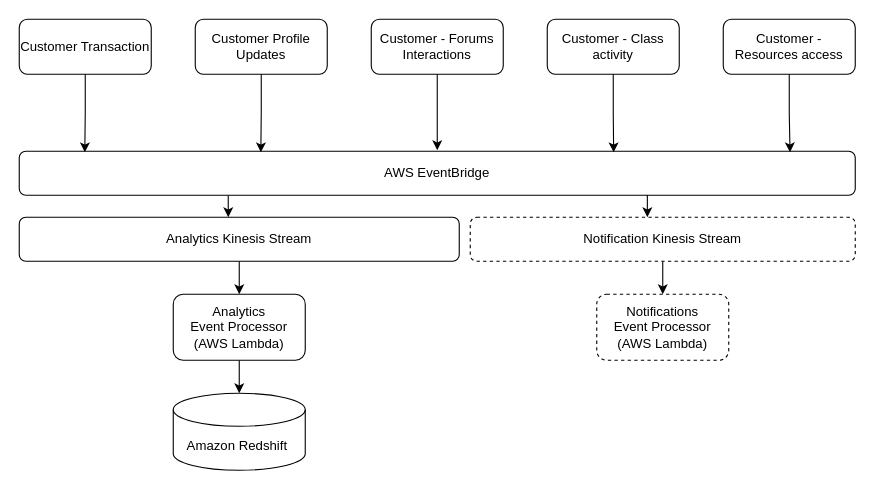
Earlier version of the draw.io diagram page "Page-1" (1 of 4) of diagrams/Analytics.drawio (Arkhamtectures/FarmacyFood). Source tidied: cells renumbered, new cells numbered last; positions are measured from the earlier drawing's top-left corner, leaving out a move shared by most shapes. Both pictures are drawn from the tidied source at 110%, with x=0, y=0 at pixel (19, 19).
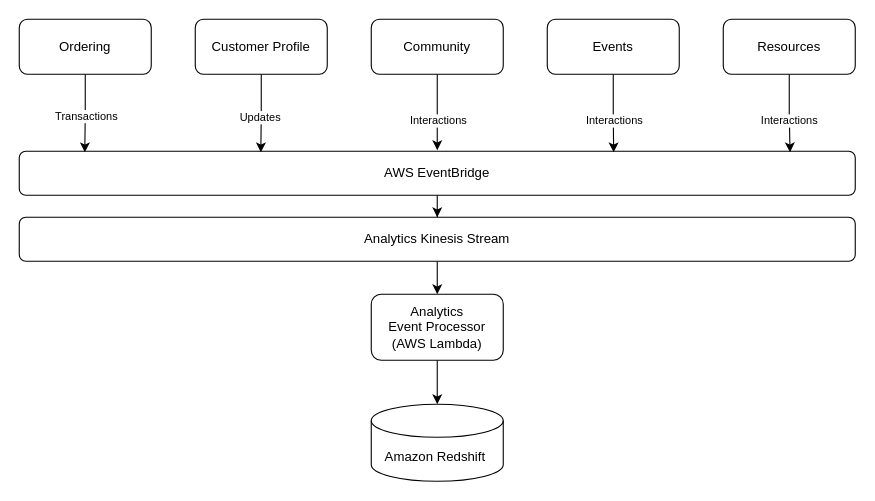
Above is the later version.

The change refers to these unchanged cells:
```xml
<mxCell id="4" value="AWS EventBridge" style="rounded=1;whiteSpace=wrap;html=1;" parent="1" vertex="1">
  <mxGeometry y="120" width="760" height="40" as="geometry" />
</mxCell>
<mxCell id="5" style="edgeStyle=orthogonalEdgeStyle;rounded=0;jettySize=auto;html=1;entryX=0.289;entryY=0.025;entryDx=0;entryDy=0;entryPerimeter=0;" parent="1" edge="1" source="6" target="4">
  <mxGeometry relative="1" as="geometry" />
</mxCell>
<mxCell id="7" style="edgeStyle=orthogonalEdgeStyle;rounded=0;jettySize=auto;html=1;" parent="1" edge="1" source="8">
  <mxGeometry relative="1" as="geometry">
    <mxPoint x="380" y="119" as="targetPoint" />
  </mxGeometry>
</mxCell>
<mxCell id="9" style="edgeStyle=orthogonalEdgeStyle;rounded=0;jettySize=auto;html=1;entryX=0.711;entryY=0.025;entryDx=0;entryDy=0;entryPerimeter=0;" parent="1" edge="1" source="10" target="4">
  <mxGeometry relative="1" as="geometry" />
</mxCell>
<mxCell id="11" style="edgeStyle=orthogonalEdgeStyle;rounded=0;jettySize=auto;html=1;entryX=0.922;entryY=0.025;entryDx=0;entryDy=0;entryPerimeter=0;" parent="1" edge="1" source="12" target="4">
  <mxGeometry relative="1" as="geometry" />
</mxCell>
<mxCell id="15" style="edgeStyle=orthogonalEdgeStyle;rounded=0;jettySize=auto;html=1;entryX=0.289;entryY=0.025;entryDx=0;entryDy=0;entryPerimeter=0;" parent="1" edge="1" source="16">
  <mxGeometry relative="1" as="geometry">
    <mxPoint x="59.6" y="121" as="targetPoint" />
  </mxGeometry>
</mxCell>
```

Diff of the diagram source:
```diff
@@
-    <mxCell id="2" style="edgeStyle=orthogonalEdgeStyle;rounded=0;jettySize=auto;html=1;exitX=0.25;exitY=1;exitDx=0;exitDy=0;entryX=0.475;entryY=0;entryDx=0;entryDy=0;entryPerimeter=0;" parent="1" edge="1" source="4" target="20">
+    <mxCell id="2" style="edgeStyle=orthogonalEdgeStyle;rounded=0;jettySize=auto;html=1;" parent="1" edge="1" source="4" target="20">
       <mxGeometry relative="1" as="geometry" />
     </mxCell>
-    <mxCell id="3" style="edgeStyle=orthogonalEdgeStyle;rounded=0;jettySize=auto;html=1;exitX=0.75;exitY=1;exitDx=0;exitDy=0;entryX=0.46;entryY=0;entryDx=0;entryDy=0;entryPerimeter=0;" parent="1" edge="1" source="4" target="22">
-      <mxGeometry relative="1" as="geometry" />
-    </mxCell>
@@
+    <mxCell id="23" value="Updates" style="edgeLabel;html=1;align=center;verticalAlign=middle;fontSize=10;" parent="5" vertex="1">
+      <mxGeometry x="0.09" y="-1" relative="1" as="geometry" />
+    </mxCell>
-    <mxCell id="6" value="Customer Profile&lt;br&gt;Updates" style="rounded=1;whiteSpace=wrap;html=1;" parent="1" vertex="1">
+    <mxCell id="6" value="Customer Profile" style="rounded=1;whiteSpace=wrap;html=1;" parent="1" vertex="1">
       <mxGeometry x="160" width="120" height="50" as="geometry" />
     </mxCell>
@@
+    <mxCell id="24" value="Interactions" style="edgeLabel;html=1;align=center;verticalAlign=middle;fontSize=10;" parent="7" vertex="1">
+      <mxGeometry x="0.22" relative="1" as="geometry" />
+    </mxCell>
-    <mxCell id="8" value="Customer - Forums Interactions" style="rounded=1;whiteSpace=wrap;html=1;" parent="1" vertex="1">
+    <mxCell id="8" value="Community" style="rounded=1;whiteSpace=wrap;html=1;" parent="1" vertex="1">
       <mxGeometry x="320" width="120" height="50" as="geometry" />
     </mxCell>
@@
+    <mxCell id="25" value="Interactions" style="edgeLabel;html=1;align=center;verticalAlign=middle;fontSize=10;" parent="9" vertex="1">
+      <mxGeometry x="0.17" relative="1" as="geometry" />
+    </mxCell>
-    <mxCell id="10" value="Customer - Class activity" style="rounded=1;whiteSpace=wrap;html=1;" parent="1" vertex="1">
+    <mxCell id="10" value="Events" style="rounded=1;whiteSpace=wrap;html=1;" parent="1" vertex="1">
       <mxGeometry x="480" width="120" height="50" as="geometry" />
     </mxCell>
@@
+    <mxCell id="26" value="Interactions" style="edgeLabel;html=1;align=center;verticalAlign=middle;fontSize=10;" parent="11" vertex="1">
+      <mxGeometry x="0.16" y="-1" relative="1" as="geometry" />
+    </mxCell>
-    <mxCell id="12" value="Customer - Resources access" style="rounded=1;whiteSpace=wrap;html=1;" parent="1" vertex="1">
+    <mxCell id="12" value="Resources" style="rounded=1;whiteSpace=wrap;html=1;" parent="1" vertex="1">
       <mxGeometry x="640" width="120" height="50" as="geometry" />
     </mxCell>
@@
     <mxCell id="14" value="Analytics&lt;br&gt;Event Processor (AWS Lambda)" style="rounded=1;whiteSpace=wrap;html=1;" parent="1" vertex="1">
-      <mxGeometry x="140" y="250" width="120" height="60" as="geometry" />
+      <mxGeometry x="320" y="250" width="120" height="60" as="geometry" />
     </mxCell>
@@
+    <mxCell id="27" value="Transactions" style="edgeLabel;html=1;align=center;verticalAlign=middle;fontSize=10;" parent="15" vertex="1">
+      <mxGeometry x="0.08" y="2" relative="1" as="geometry">
+        <mxPoint x="-2" as="offset" />
+      </mxGeometry>
+    </mxCell>
-    <mxCell id="16" value="Customer Transaction" style="rounded=1;whiteSpace=wrap;html=1;" parent="1" vertex="1">
+    <mxCell id="16" value="Ordering" style="rounded=1;whiteSpace=wrap;html=1;" parent="1" vertex="1">
       <mxGeometry width="120" height="50" as="geometry" />
     </mxCell>
-    <mxCell id="17" value="Notifications&lt;br&gt;Event Processor&lt;br&gt;(AWS Lambda)" style="rounded=1;whiteSpace=wrap;html=1;dashed=1;" parent="1" vertex="1">
-      <mxGeometry x="525" y="250" width="120" height="60" as="geometry" />
-    </mxCell>
     <mxCell id="18" value="Amazon Redshift&amp;nbsp;" style="shape=cylinder3;whiteSpace=wrap;html=1;boundedLbl=1;backgroundOutline=1;size=15;" parent="1" vertex="1">
-      <mxGeometry x="140" y="340" width="120" height="70" as="geometry" />
+      <mxGeometry x="320" y="350" width="120" height="70" as="geometry" />
     </mxCell>
@@
     <mxCell id="20" value="Analytics Kinesis Stream" style="rounded=1;whiteSpace=wrap;html=1;" parent="1" vertex="1">
-      <mxGeometry y="180" width="400" height="40" as="geometry" />
+      <mxGeometry y="180" width="760" height="40" as="geometry" />
     </mxCell>
-    <mxCell id="21" style="edgeStyle=orthogonalEdgeStyle;rounded=0;jettySize=auto;html=1;entryX=0.5;entryY=0;entryDx=0;entryDy=0;" parent="1" edge="1" source="22" target="17">
-      <mxGeometry relative="1" as="geometry" />
-    </mxCell>
-    <mxCell id="22" value="Notification Kinesis Stream" style="rounded=1;whiteSpace=wrap;html=1;dashed=1;" parent="1" vertex="1">
-      <mxGeometry x="410" y="180" width="350" height="40" as="geometry" />
-    </mxCell>
```
